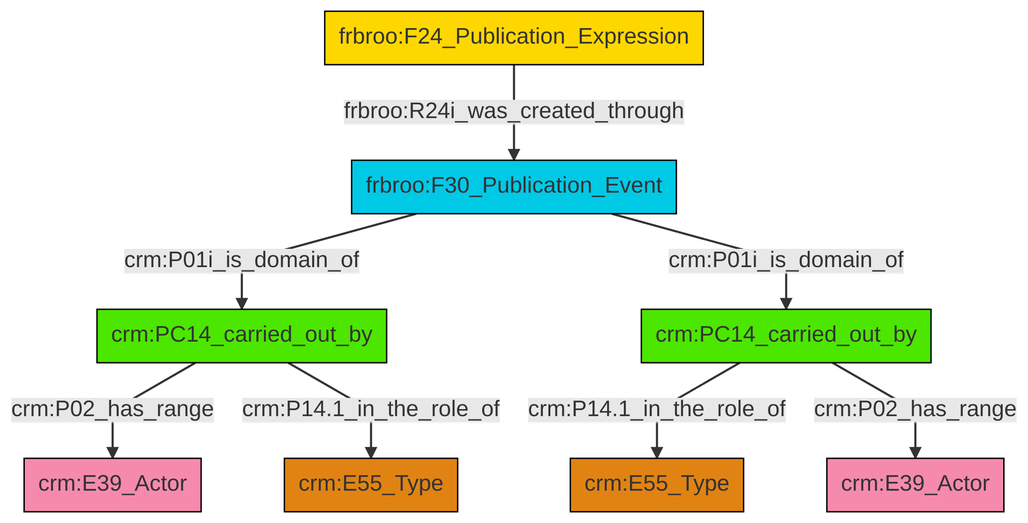
Earlier version of the Mermaid export et/biblioCSV/ttl/mmd/png/biblio_actor_relations.png (swiss-art-research-net/reference-data-models). Its source is kept beside it as et/biblioCSV/ttl/mmd/biblio_actor_relations.ttl.mmd.
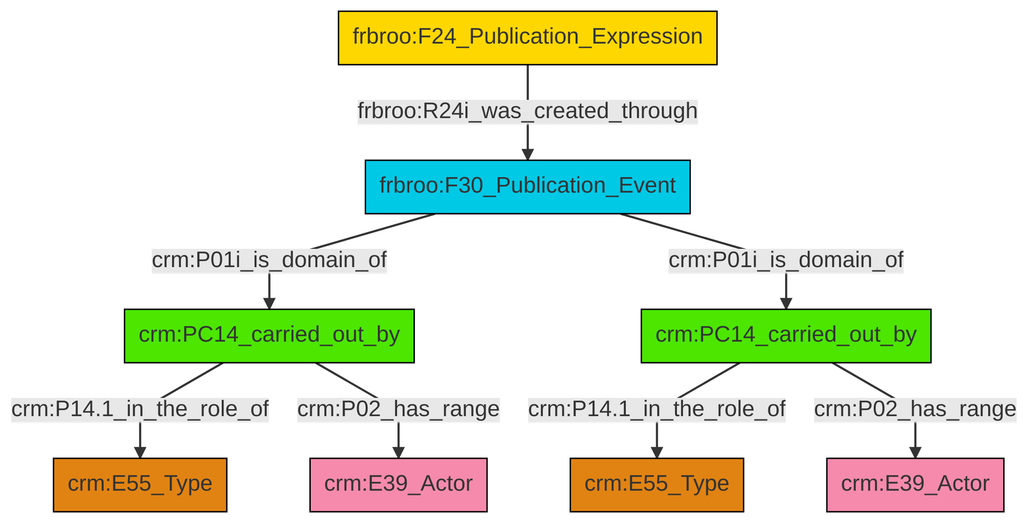
The same diagram one commit later.

Change to the diagram source:
```diff
@@ -14,9 +14,9 @@
 classDef Multi fill:#cccccc,stroke:#000000;
 
 2["frbroo:F30_Publication_Event"]:::Temporal_Entity -->|crm:P01i_is_domain_of| 3["crm:PC14_carried_out_by"]:::PC_Classes
-2["frbroo:F30_Publication_Event"]:::Temporal_Entity -->|crm:P01i_is_domain_of| 4["crm:PC14_carried_out_by"]:::PC_Classes
-4["crm:PC14_carried_out_by"]:::PC_Classes -->|crm:P14.1_in_the_role_of| 5["crm:E55_Type"]:::Type
-0["frbroo:F24_Publication_Expression"]:::Conceptual_Object -->|frbroo:R24i_was_created_through| 2["frbroo:F30_Publication_Event"]:::Temporal_Entity
-4["crm:PC14_carried_out_by"]:::PC_Classes -->|crm:P02_has_range| 7["crm:E39_Actor"]:::Actor
-3["crm:PC14_carried_out_by"]:::PC_Classes -->|crm:P02_has_range| 9["crm:E39_Actor"]:::Actor
-3["crm:PC14_carried_out_by"]:::PC_Classes -->|crm:P14.1_in_the_role_of| 11["crm:E55_Type"]:::Type
+6["frbroo:F24_Publication_Expression"]:::Conceptual_Object -->|frbroo:R24i_was_created_through| 2["frbroo:F30_Publication_Event"]:::Temporal_Entity
+0["crm:PC14_carried_out_by"]:::PC_Classes -->|crm:P14.1_in_the_role_of| 7["crm:E55_Type"]:::Type
+3["crm:PC14_carried_out_by"]:::PC_Classes -->|crm:P14.1_in_the_role_of| 8["crm:E55_Type"]:::Type
+2["frbroo:F30_Publication_Event"]:::Temporal_Entity -->|crm:P01i_is_domain_of| 0["crm:PC14_carried_out_by"]:::PC_Classes
+0["crm:PC14_carried_out_by"]:::PC_Classes -->|crm:P02_has_range| 4["crm:E39_Actor"]:::Actor
+3["crm:PC14_carried_out_by"]:::PC_Classes -->|crm:P02_has_range| 10["crm:E39_Actor"]:::Actor
```
